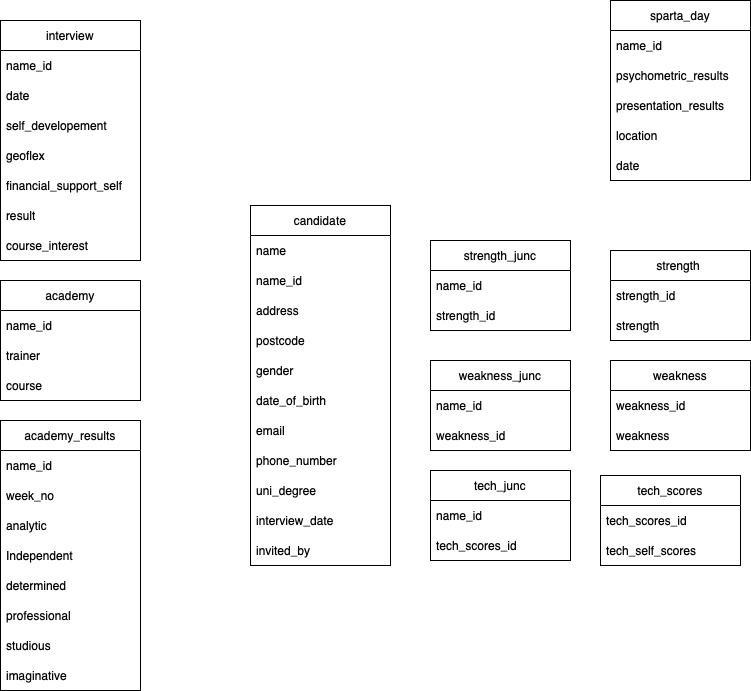
Earlier version of the draw.io export erd/erd.png (GurjinderB/SpartaGlobalETLPipeline). Source tidied: cells renumbered, new cells last; positions are measured from the earlier drawing's top-left corner, leaving out a move shared by most shapes.
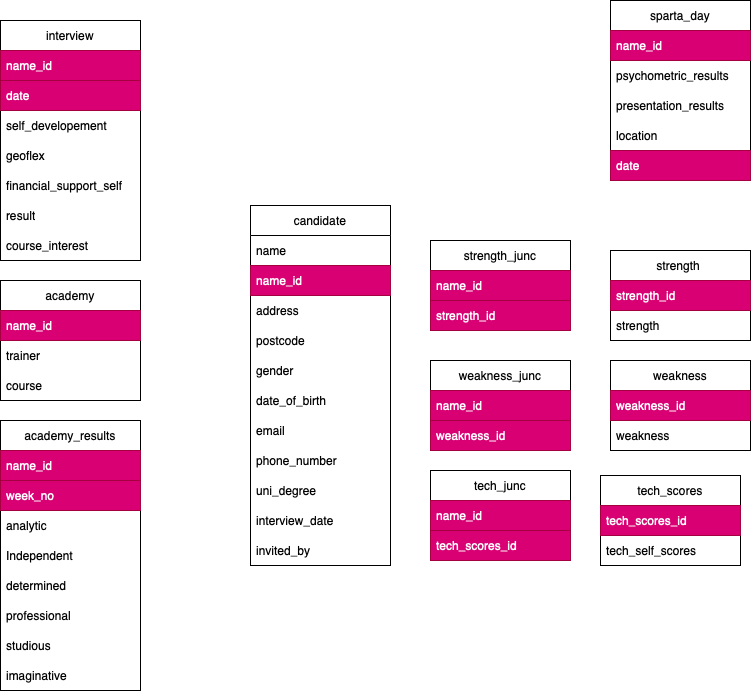
After the commit.

The edit, as a diff of the source:
```diff
@@ -8,7 +8,7 @@
     <mxCell id="3" value="name" style="text;strokeColor=none;fillColor=none;align=left;verticalAlign=middle;spacingLeft=4;spacingRight=4;overflow=hidden;whiteSpace=wrap;html=1;" parent="2" vertex="1">
       <mxGeometry y="30" width="140" height="30" as="geometry" />
     </mxCell>
-    <mxCell id="4" value="name_id" style="text;align=left;verticalAlign=middle;spacingLeft=4;spacingRight=4;overflow=hidden;whiteSpace=wrap;html=1;" parent="2" vertex="1">
+    <mxCell id="4" value="name_id" style="text;strokeColor=#A50040;fillColor=#d80073;align=left;verticalAlign=middle;spacingLeft=4;spacingRight=4;overflow=hidden;whiteSpace=wrap;html=1;fontColor=#ffffff;" parent="2" vertex="1">
       <mxGeometry y="60" width="140" height="30" as="geometry" />
     </mxCell>
     <mxCell id="5" value="address" style="text;strokeColor=none;fillColor=none;align=left;verticalAlign=middle;spacingLeft=4;spacingRight=4;overflow=hidden;whiteSpace=wrap;html=1;" parent="2" vertex="1">
@@ -41,7 +41,7 @@
     <mxCell id="14" value="sparta_day" style="swimlane;fontStyle=0;horizontal=1;startSize=30;whiteSpace=wrap;html=1;" parent="1" vertex="1">
       <mxGeometry x="610" width="140" height="180" as="geometry" />
     </mxCell>
-    <mxCell id="15" value="name_id" style="text;align=left;verticalAlign=middle;spacingLeft=4;spacingRight=4;overflow=hidden;whiteSpace=wrap;html=1;" parent="14" vertex="1">
+    <mxCell id="15" value="name_id" style="text;strokeColor=#A50040;fillColor=#d80073;align=left;verticalAlign=middle;spacingLeft=4;spacingRight=4;overflow=hidden;whiteSpace=wrap;html=1;fontColor=#ffffff;" parent="14" vertex="1">
       <mxGeometry y="30" width="140" height="30" as="geometry" />
     </mxCell>
     <mxCell id="16" value="psychometric_results" style="text;strokeColor=none;fillColor=none;align=left;verticalAlign=middle;spacingLeft=4;spacingRight=4;overflow=hidden;whiteSpace=wrap;html=1;" parent="14" vertex="1">
@@ -53,16 +53,16 @@
     <mxCell id="18" value="location" style="text;strokeColor=none;fillColor=none;align=left;verticalAlign=middle;spacingLeft=4;spacingRight=4;overflow=hidden;whiteSpace=wrap;html=1;" parent="14" vertex="1">
       <mxGeometry y="120" width="140" height="30" as="geometry" />
     </mxCell>
-    <mxCell id="19" value="date" style="text;align=left;verticalAlign=middle;spacingLeft=4;spacingRight=4;overflow=hidden;whiteSpace=wrap;html=1;" parent="14" vertex="1">
+    <mxCell id="19" value="date" style="text;strokeColor=#A50040;fillColor=#d80073;align=left;verticalAlign=middle;spacingLeft=4;spacingRight=4;overflow=hidden;whiteSpace=wrap;html=1;fontColor=#ffffff;" parent="14" vertex="1">
       <mxGeometry y="150" width="140" height="30" as="geometry" />
     </mxCell>
     <mxCell id="20" value="interview" style="swimlane;fontStyle=0;horizontal=1;startSize=30;whiteSpace=wrap;html=1;" parent="1" vertex="1">
       <mxGeometry y="20" width="140" height="240" as="geometry" />
     </mxCell>
-    <mxCell id="21" value="name_id" style="text;align=left;verticalAlign=middle;spacingLeft=4;spacingRight=4;overflow=hidden;whiteSpace=wrap;html=1;" parent="20" vertex="1">
+    <mxCell id="21" value="name_id" style="text;strokeColor=#A50040;fillColor=#d80073;align=left;verticalAlign=middle;spacingLeft=4;spacingRight=4;overflow=hidden;whiteSpace=wrap;html=1;fontColor=#ffffff;" parent="20" vertex="1">
       <mxGeometry y="30" width="140" height="30" as="geometry" />
     </mxCell>
-    <mxCell id="22" value="date" style="text;align=left;verticalAlign=middle;spacingLeft=4;spacingRight=4;overflow=hidden;whiteSpace=wrap;html=1;" parent="20" vertex="1">
+    <mxCell id="22" value="date" style="text;strokeColor=#A50040;fillColor=#d80073;align=left;verticalAlign=middle;spacingLeft=4;spacingRight=4;overflow=hidden;whiteSpace=wrap;html=1;fontColor=#ffffff;" parent="20" vertex="1">
       <mxGeometry y="60" width="140" height="30" as="geometry" />
     </mxCell>
     <mxCell id="23" value="self_developement" style="text;strokeColor=none;fillColor=none;align=left;verticalAlign=middle;spacingLeft=4;spacingRight=4;overflow=hidden;whiteSpace=wrap;html=1;" parent="20" vertex="1">
@@ -83,7 +83,7 @@
     <mxCell id="28" value="academy" style="swimlane;fontStyle=0;horizontal=1;startSize=30;whiteSpace=wrap;html=1;" parent="1" vertex="1">
       <mxGeometry y="280" width="140" height="120" as="geometry" />
     </mxCell>
-    <mxCell id="29" value="name_id" style="text;align=left;verticalAlign=middle;spacingLeft=4;spacingRight=4;overflow=hidden;whiteSpace=wrap;html=1;" parent="28" vertex="1">
+    <mxCell id="29" value="name_id" style="text;strokeColor=#A50040;fillColor=#d80073;align=left;verticalAlign=middle;spacingLeft=4;spacingRight=4;overflow=hidden;whiteSpace=wrap;html=1;fontColor=#ffffff;" parent="28" vertex="1">
       <mxGeometry y="30" width="140" height="30" as="geometry" />
     </mxCell>
     <mxCell id="30" value="trainer" style="text;strokeColor=none;fillColor=none;align=left;verticalAlign=middle;spacingLeft=4;spacingRight=4;overflow=hidden;whiteSpace=wrap;html=1;" parent="28" vertex="1">
@@ -95,7 +95,7 @@
     <mxCell id="32" value="strength&amp;nbsp;" style="swimlane;fontStyle=0;horizontal=1;startSize=30;whiteSpace=wrap;html=1;" parent="1" vertex="1">
       <mxGeometry x="610" y="250" width="140" height="90" as="geometry" />
     </mxCell>
-    <mxCell id="33" value="strength_id" style="text;align=left;verticalAlign=middle;spacingLeft=4;spacingRight=4;overflow=hidden;whiteSpace=wrap;html=1;" parent="32" vertex="1">
+    <mxCell id="33" value="strength_id" style="text;strokeColor=#A50040;fillColor=#d80073;align=left;verticalAlign=middle;spacingLeft=4;spacingRight=4;overflow=hidden;whiteSpace=wrap;html=1;fontColor=#ffffff;" parent="32" vertex="1">
       <mxGeometry y="30" width="140" height="30" as="geometry" />
     </mxCell>
     <mxCell id="34" value="strength" style="text;strokeColor=none;fillColor=none;align=left;verticalAlign=middle;spacingLeft=4;spacingRight=4;overflow=hidden;whiteSpace=wrap;html=1;" parent="32" vertex="1">
@@ -104,7 +104,7 @@
     <mxCell id="35" value="weakness" style="swimlane;fontStyle=0;horizontal=1;startSize=30;whiteSpace=wrap;html=1;" parent="1" vertex="1">
       <mxGeometry x="610" y="360" width="140" height="90" as="geometry" />
     </mxCell>
-    <mxCell id="36" value="weakness_id" style="text;align=left;verticalAlign=middle;spacingLeft=4;spacingRight=4;overflow=hidden;whiteSpace=wrap;html=1;" parent="35" vertex="1">
+    <mxCell id="36" value="weakness_id" style="text;strokeColor=#A50040;fillColor=#d80073;align=left;verticalAlign=middle;spacingLeft=4;spacingRight=4;overflow=hidden;whiteSpace=wrap;html=1;fontColor=#ffffff;" parent="35" vertex="1">
       <mxGeometry y="30" width="140" height="30" as="geometry" />
     </mxCell>
     <mxCell id="37" value="weakness" style="text;strokeColor=none;fillColor=none;align=left;verticalAlign=middle;spacingLeft=4;spacingRight=4;overflow=hidden;whiteSpace=wrap;html=1;" parent="35" vertex="1">
@@ -113,7 +113,7 @@
     <mxCell id="38" value="tech_scores" style="swimlane;fontStyle=0;horizontal=1;startSize=30;whiteSpace=wrap;html=1;" parent="1" vertex="1">
       <mxGeometry x="600" y="475" width="140" height="90" as="geometry" />
     </mxCell>
-    <mxCell id="39" value="tech_scores_id" style="text;align=left;verticalAlign=middle;spacingLeft=4;spacingRight=4;overflow=hidden;whiteSpace=wrap;html=1;" parent="38" vertex="1">
+    <mxCell id="39" value="tech_scores_id" style="text;strokeColor=#A50040;fillColor=#d80073;align=left;verticalAlign=middle;spacingLeft=4;spacingRight=4;overflow=hidden;whiteSpace=wrap;html=1;fontColor=#ffffff;" parent="38" vertex="1">
       <mxGeometry y="30" width="140" height="30" as="geometry" />
     </mxCell>
     <mxCell id="40" value="tech_self_scores" style="text;strokeColor=none;fillColor=none;align=left;verticalAlign=middle;spacingLeft=4;spacingRight=4;overflow=hidden;whiteSpace=wrap;html=1;" parent="38" vertex="1">
@@ -122,10 +122,10 @@
     <mxCell id="41" value="academy_results" style="swimlane;fontStyle=0;horizontal=1;startSize=30;whiteSpace=wrap;html=1;" parent="1" vertex="1">
       <mxGeometry y="420" width="140" height="270" as="geometry" />
     </mxCell>
-    <mxCell id="42" value="name_id" style="text;align=left;verticalAlign=middle;spacingLeft=4;spacingRight=4;overflow=hidden;whiteSpace=wrap;html=1;" parent="41" vertex="1">
+    <mxCell id="42" value="name_id" style="text;strokeColor=#A50040;fillColor=#d80073;align=left;verticalAlign=middle;spacingLeft=4;spacingRight=4;overflow=hidden;whiteSpace=wrap;html=1;fontColor=#ffffff;" parent="41" vertex="1">
       <mxGeometry y="30" width="140" height="30" as="geometry" />
     </mxCell>
-    <mxCell id="43" value="week_no" style="text;align=left;verticalAlign=middle;spacingLeft=4;spacingRight=4;overflow=hidden;whiteSpace=wrap;html=1;" parent="41" vertex="1">
+    <mxCell id="43" value="week_no" style="text;strokeColor=#A50040;fillColor=#d80073;align=left;verticalAlign=middle;spacingLeft=4;spacingRight=4;overflow=hidden;whiteSpace=wrap;html=1;fontColor=#ffffff;" parent="41" vertex="1">
       <mxGeometry y="60" width="140" height="30" as="geometry" />
     </mxCell>
     <mxCell id="44" value="analytic" style="text;strokeColor=none;fillColor=none;align=left;verticalAlign=middle;spacingLeft=4;spacingRight=4;overflow=hidden;whiteSpace=wrap;html=1;" parent="41" vertex="1">
@@ -149,28 +149,28 @@
     <mxCell id="50" value="strength_junc" style="swimlane;fontStyle=0;horizontal=1;startSize=30;whiteSpace=wrap;html=1;" parent="1" vertex="1">
       <mxGeometry x="430" y="240" width="140" height="90" as="geometry" />
     </mxCell>
-    <mxCell id="51" value="name_id" style="text;align=left;verticalAlign=middle;spacingLeft=4;spacingRight=4;overflow=hidden;whiteSpace=wrap;html=1;" parent="50" vertex="1">
+    <mxCell id="51" value="name_id" style="text;strokeColor=#A50040;fillColor=#d80073;align=left;verticalAlign=middle;spacingLeft=4;spacingRight=4;overflow=hidden;whiteSpace=wrap;html=1;fontColor=#ffffff;" parent="50" vertex="1">
       <mxGeometry y="30" width="140" height="30" as="geometry" />
     </mxCell>
-    <mxCell id="52" value="strength_id" style="text;align=left;verticalAlign=middle;spacingLeft=4;spacingRight=4;overflow=hidden;whiteSpace=wrap;html=1;" parent="50" vertex="1">
+    <mxCell id="52" value="strength_id" style="text;strokeColor=#A50040;fillColor=#d80073;align=left;verticalAlign=middle;spacingLeft=4;spacingRight=4;overflow=hidden;whiteSpace=wrap;html=1;fontColor=#ffffff;" parent="50" vertex="1">
       <mxGeometry y="60" width="140" height="30" as="geometry" />
     </mxCell>
     <mxCell id="53" value="weakness_junc" style="swimlane;fontStyle=0;horizontal=1;startSize=30;whiteSpace=wrap;html=1;" parent="1" vertex="1">
       <mxGeometry x="430" y="360" width="140" height="90" as="geometry" />
     </mxCell>
-    <mxCell id="54" value="name_id" style="text;align=left;verticalAlign=middle;spacingLeft=4;spacingRight=4;overflow=hidden;whiteSpace=wrap;html=1;" parent="53" vertex="1">
+    <mxCell id="54" value="name_id" style="text;strokeColor=#A50040;fillColor=#d80073;align=left;verticalAlign=middle;spacingLeft=4;spacingRight=4;overflow=hidden;whiteSpace=wrap;html=1;fontColor=#ffffff;" parent="53" vertex="1">
       <mxGeometry y="30" width="140" height="30" as="geometry" />
     </mxCell>
-    <mxCell id="55" value="weakness_id" style="text;align=left;verticalAlign=middle;spacingLeft=4;spacingRight=4;overflow=hidden;whiteSpace=wrap;html=1;" parent="53" vertex="1">
+    <mxCell id="55" value="weakness_id" style="text;strokeColor=#A50040;fillColor=#d80073;align=left;verticalAlign=middle;spacingLeft=4;spacingRight=4;overflow=hidden;whiteSpace=wrap;html=1;fontColor=#ffffff;" parent="53" vertex="1">
       <mxGeometry y="60" width="140" height="30" as="geometry" />
     </mxCell>
     <mxCell id="56" value="tech_junc" style="swimlane;fontStyle=0;horizontal=1;startSize=30;whiteSpace=wrap;html=1;" parent="1" vertex="1">
       <mxGeometry x="430" y="470" width="140" height="90" as="geometry" />
     </mxCell>
-    <mxCell id="57" value="name_id" style="text;align=left;verticalAlign=middle;spacingLeft=4;spacingRight=4;overflow=hidden;whiteSpace=wrap;html=1;" parent="56" vertex="1">
+    <mxCell id="57" value="name_id" style="text;strokeColor=#A50040;fillColor=#d80073;align=left;verticalAlign=middle;spacingLeft=4;spacingRight=4;overflow=hidden;whiteSpace=wrap;html=1;fontColor=#ffffff;" parent="56" vertex="1">
       <mxGeometry y="30" width="140" height="30" as="geometry" />
     </mxCell>
-    <mxCell id="58" value="tech_scores_id" style="text;align=left;verticalAlign=middle;spacingLeft=4;spacingRight=4;overflow=hidden;whiteSpace=wrap;html=1;" parent="56" vertex="1">
+    <mxCell id="58" value="tech_scores_id" style="text;strokeColor=#A50040;fillColor=#d80073;align=left;verticalAlign=middle;spacingLeft=4;spacingRight=4;overflow=hidden;whiteSpace=wrap;html=1;fontColor=#ffffff;" parent="56" vertex="1">
       <mxGeometry y="60" width="140" height="30" as="geometry" />
     </mxCell>
   </root>
```
